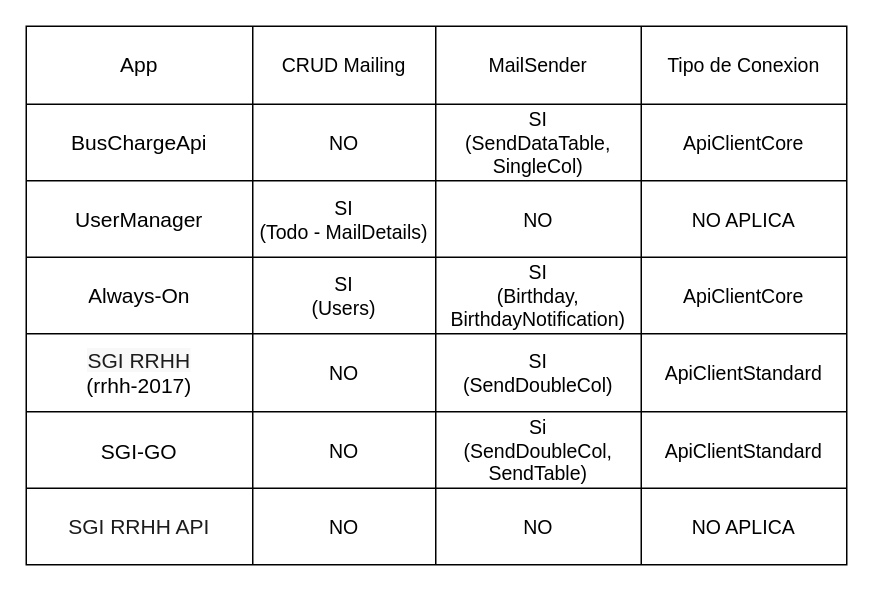
Earlier version of the draw.io diagram page "Mapeo de apps" (5 of 5) of API-Mailing.drawio (AlvaroRiquelmeV/Draw.io). Source tidied: cells renumbered, new cells numbered last; positions are measured from the earlier drawing's top-left corner, leaving out a move shared by most shapes. Both pictures are drawn from the tidied source at 150%, with x=0, y=0 at pixel (26, 26).
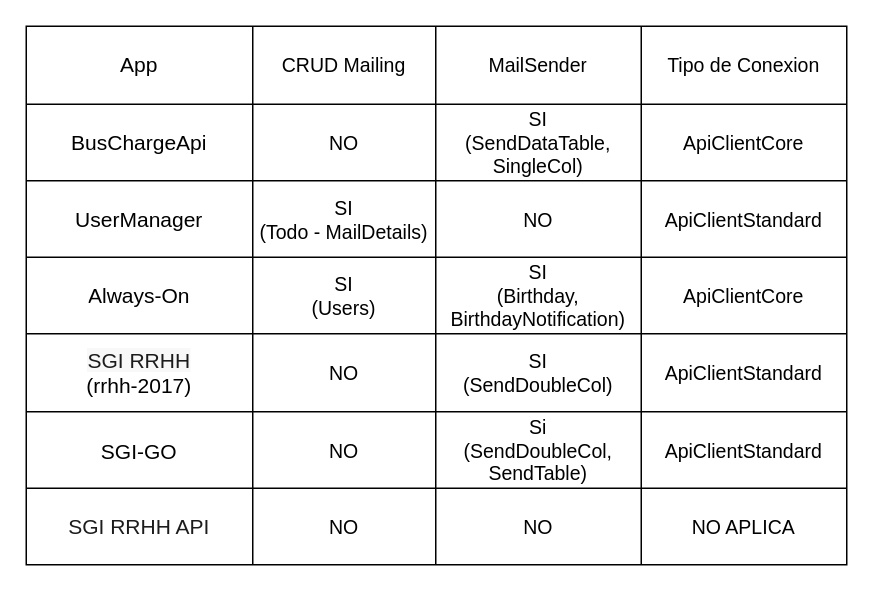
After the change.

The change refers to these unchanged cells:
```xml
<mxCell id="13" style="shape=tableRow;horizontal=0;startSize=0;swimlaneHead=0;swimlaneBody=0;top=0;left=0;bottom=0;right=0;fillColor=none;" parent="2" vertex="1">
  <mxGeometry y="103" width="547" height="51" as="geometry" />
</mxCell>
```

What changed in the source:
```diff
@@
-    <mxCell id="17" value="NO APLICA" style="shape=partialRectangle;html=1;whiteSpace=wrap;fillColor=none;top=0;left=0;bottom=0;right=0;overflow=hidden;fontSize=13;" parent="13" vertex="1">
+    <mxCell id="17" value="ApiClientStandard" style="shape=partialRectangle;html=1;whiteSpace=wrap;fillColor=none;top=0;left=0;bottom=0;right=0;overflow=hidden;fontSize=13;" parent="13" vertex="1">
       <mxGeometry x="410" width="137" height="51" as="geometry" />
     </mxCell>
```
